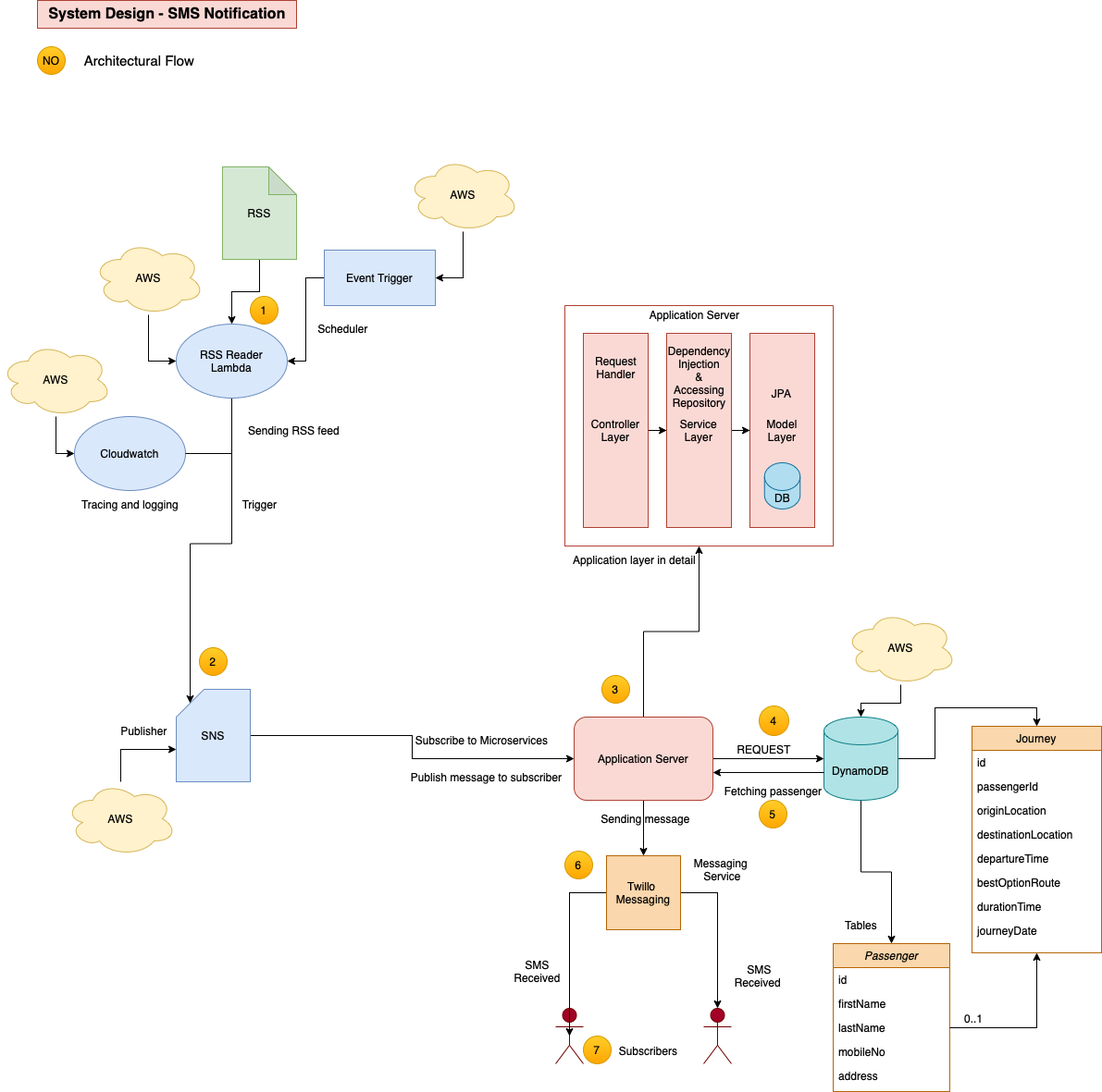
santhosh27jd/journey keeps this draw.io diagram as journey/System-design-SMS.png. Above is the earlier version. Source tidied: cells renumbered, new cells last; positions are measured from the earlier drawing's top-left corner, leaving out a move shared by most shapes.
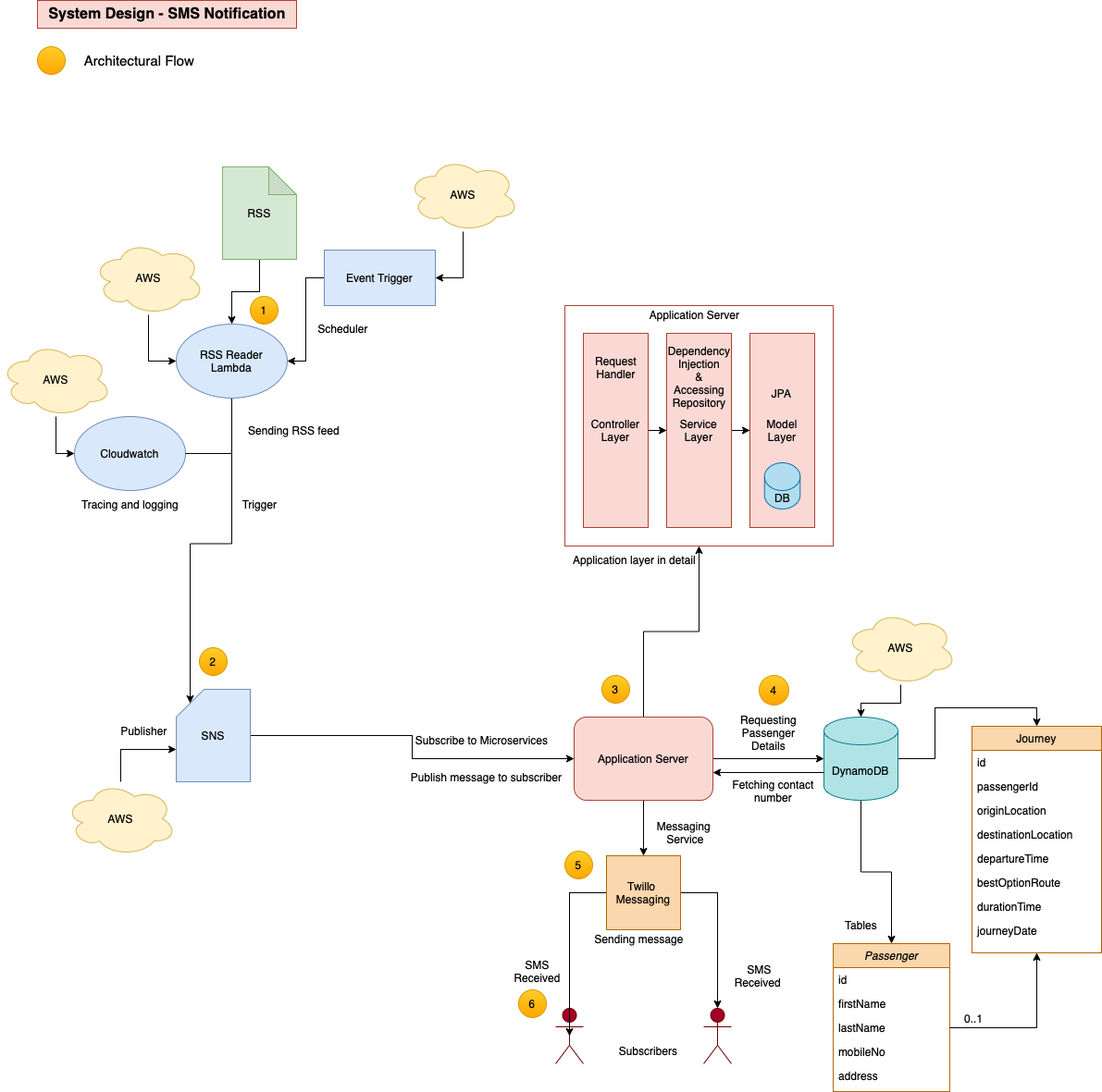
Later version of the same file.

Change to the diagram source:
```diff
@@ -89,7 +89,7 @@
       </mxGeometry>
     </mxCell>
     <mxCell id="30" value="Messaging&amp;nbsp;&lt;br&gt;Service" style="text;html=1;align=center;verticalAlign=middle;strokeColor=none;fillColor=none;" parent="1" vertex="1">
-      <mxGeometry x="740" y="920" width="80" height="40" as="geometry" />
+      <mxGeometry x="700" y="880" width="80" height="40" as="geometry" />
     </mxCell>
     <mxCell id="31" value="SMS&lt;br&gt;Received" style="text;html=1;align=center;verticalAlign=middle;strokeColor=none;fillColor=none;" parent="1" vertex="1">
       <mxGeometry x="545" y="1030" width="70" height="40" as="geometry" />
@@ -163,14 +163,14 @@
     <mxCell id="54" value="Publish message to subscriber" style="text;html=1;align=center;verticalAlign=middle;strokeColor=none;fillColor=none;" parent="1" vertex="1">
       <mxGeometry x="430" y="825" width="190" height="30" as="geometry" />
     </mxCell>
-    <mxCell id="55" value="Fetching passenger" style="text;html=1;align=center;verticalAlign=middle;strokeColor=none;fillColor=none;" parent="1" vertex="1">
-      <mxGeometry x="770" y="840" width="130" height="30" as="geometry" />
+    <mxCell id="55" value="Fetching contact&lt;br&gt;number" style="text;html=1;align=center;verticalAlign=middle;strokeColor=none;fillColor=none;" parent="1" vertex="1">
+      <mxGeometry x="780" y="835" width="110" height="40" as="geometry" />
     </mxCell>
-    <mxCell id="56" value="REQUEST" style="text;html=1;align=center;verticalAlign=middle;strokeColor=none;fillColor=none;" parent="1" vertex="1">
-      <mxGeometry x="785" y="795" width="80" height="30" as="geometry" />
+    <mxCell id="56" value="Requesting&lt;br&gt;Passenger&lt;br&gt;Details" style="text;html=1;align=center;verticalAlign=middle;strokeColor=none;fillColor=none;" parent="1" vertex="1">
+      <mxGeometry x="790" y="762" width="80" height="60" as="geometry" />
     </mxCell>
     <mxCell id="57" value="Sending message" style="text;html=1;align=center;verticalAlign=middle;strokeColor=none;fillColor=none;" parent="1" vertex="1">
-      <mxGeometry x="637" y="870" width="120" height="30" as="geometry" />
+      <mxGeometry x="630" y="1000" width="120" height="30" as="geometry" />
     </mxCell>
     <mxCell id="58" value="Application layer in detail" style="text;html=1;align=center;verticalAlign=middle;strokeColor=none;fillColor=none;" parent="1" vertex="1">
       <mxGeometry x="605" y="590" width="160" height="30" as="geometry" />
@@ -225,14 +225,14 @@
     <mxCell id="74" value="Application Server" style="text;html=1;align=center;verticalAlign=middle;strokeColor=none;fillColor=none;" parent="64" vertex="1">
       <mxGeometry x="80" y="-5" width="120" height="30" as="geometry" />
     </mxCell>
-    <mxCell id="75" value="7" style="ellipse;whiteSpace=wrap;html=1;fillColor=#ffcd28;gradientColor=#ffa500;strokeColor=#d79b00;" parent="1" vertex="1">
-      <mxGeometry x="630" y="1120" width="30" height="30" as="geometry" />
+    <mxCell id="75" value="6" style="ellipse;whiteSpace=wrap;html=1;fillColor=#ffcd28;gradientColor=#ffa500;strokeColor=#d79b00;" parent="1" vertex="1">
+      <mxGeometry x="560" y="1070" width="30" height="30" as="geometry" />
     </mxCell>
-    <mxCell id="76" value="6" style="ellipse;whiteSpace=wrap;html=1;fillColor=#ffcd28;gradientColor=#ffa500;strokeColor=#d79b00;" parent="1" vertex="1">
+    <mxCell id="76" value="5" style="ellipse;whiteSpace=wrap;html=1;fillColor=#ffcd28;gradientColor=#ffa500;strokeColor=#d79b00;" parent="1" vertex="1">
       <mxGeometry x="610" y="920" width="30" height="30" as="geometry" />
     </mxCell>
     <mxCell id="77" value="4" style="ellipse;whiteSpace=wrap;html=1;fillColor=#ffcd28;gradientColor=#ffa500;strokeColor=#d79b00;" parent="1" vertex="1">
-      <mxGeometry x="820" y="763" width="32" height="32" as="geometry" />
+      <mxGeometry x="820" y="730" width="32" height="32" as="geometry" />
     </mxCell>
     <mxCell id="78" value="3" style="ellipse;whiteSpace=wrap;html=1;fillColor=#ffcd28;gradientColor=#ffa500;strokeColor=#d79b00;" parent="1" vertex="1">
       <mxGeometry x="650" y="730" width="30" height="30" as="geometry" />
@@ -243,7 +243,7 @@
     <mxCell id="80" value="1" style="ellipse;whiteSpace=wrap;html=1;fillColor=#ffcd28;strokeColor=#d79b00;gradientColor=#ffa500;" parent="1" vertex="1">
       <mxGeometry x="270" y="320" width="30" height="30" as="geometry" />
     </mxCell>
-    <mxCell id="81" value="NO" style="ellipse;whiteSpace=wrap;html=1;fillColor=#ffcd28;strokeColor=#d79b00;gradientColor=#ffa500;" parent="1" vertex="1">
+    <mxCell id="81" style="ellipse;whiteSpace=wrap;html=1;fillColor=#ffcd28;strokeColor=#d79b00;gradientColor=#ffa500;" parent="1" vertex="1">
       <mxGeometry x="40" y="50" width="30" height="30" as="geometry" />
     </mxCell>
     <mxCell id="82" value="&lt;font style=&quot;font-size: 15px;&quot;&gt;Architectural Flow&lt;/font&gt;" style="text;html=1;align=center;verticalAlign=middle;strokeColor=none;fillColor=none;" parent="1" vertex="1">
@@ -252,9 +252,6 @@
     <mxCell id="83" value="&lt;b&gt;&lt;font style=&quot;font-size: 16px;&quot;&gt;System Design - SMS Notification&lt;/font&gt;&lt;/b&gt;" style="text;html=1;align=center;verticalAlign=middle;strokeColor=#ae4132;fillColor=#fad9d5;fontSize=12;fontFamily=Helvetica;" parent="1" vertex="1">
       <mxGeometry x="40" width="280" height="30" as="geometry" />
     </mxCell>
-    <mxCell id="84" value="5" style="ellipse;whiteSpace=wrap;html=1;fillColor=#ffcd28;gradientColor=#ffa500;strokeColor=#d79b00;" parent="1" vertex="1">
-      <mxGeometry x="820" y="865" width="30" height="30" as="geometry" />
-    </mxCell>
     <mxCell id="85" style="edgeStyle=orthogonalEdgeStyle;rounded=0;jettySize=auto;html=1;entryX=0.5;entryY=1;entryDx=0;entryDy=0;fontSize=15;" parent="1" edge="1" source="37" target="40">
       <mxGeometry relative="1" as="geometry" />
     </mxCell>
```
